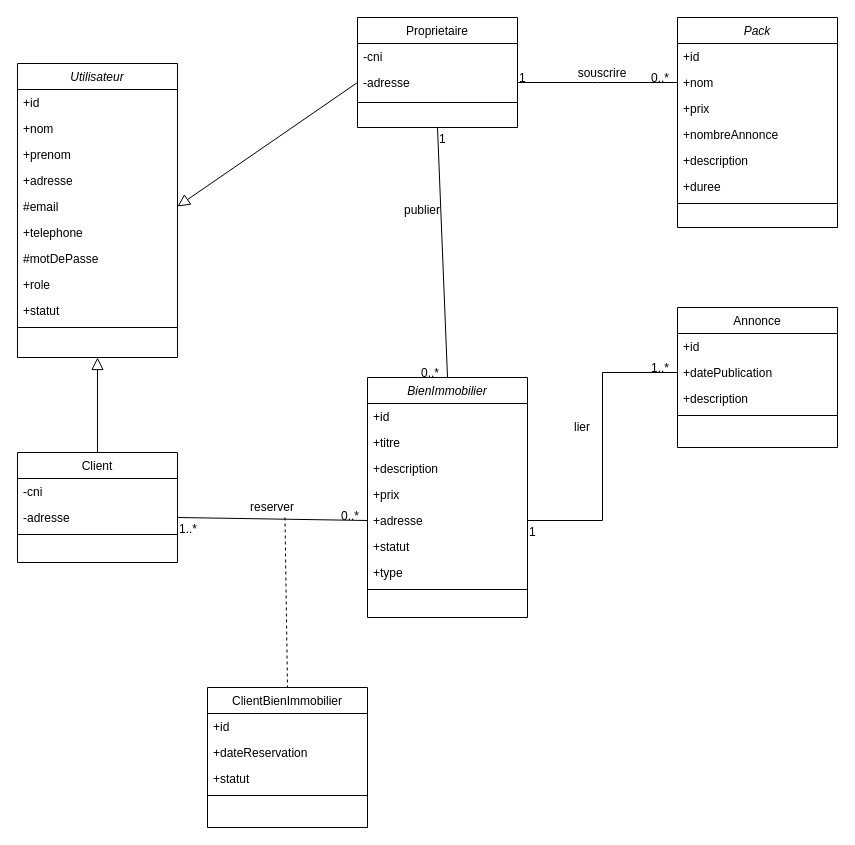
The draw.io diagram Diagrame de Classe.drawio in Tussa-D/diagrammes_mrm, before the edit. Source tidied: cells renumbered, new cells numbered last; positions are measured from the earlier drawing's top-left corner, leaving out a move shared by most shapes. Both pictures are drawn from the tidied source at 100%, with x=0, y=0 at pixel (17, 17).
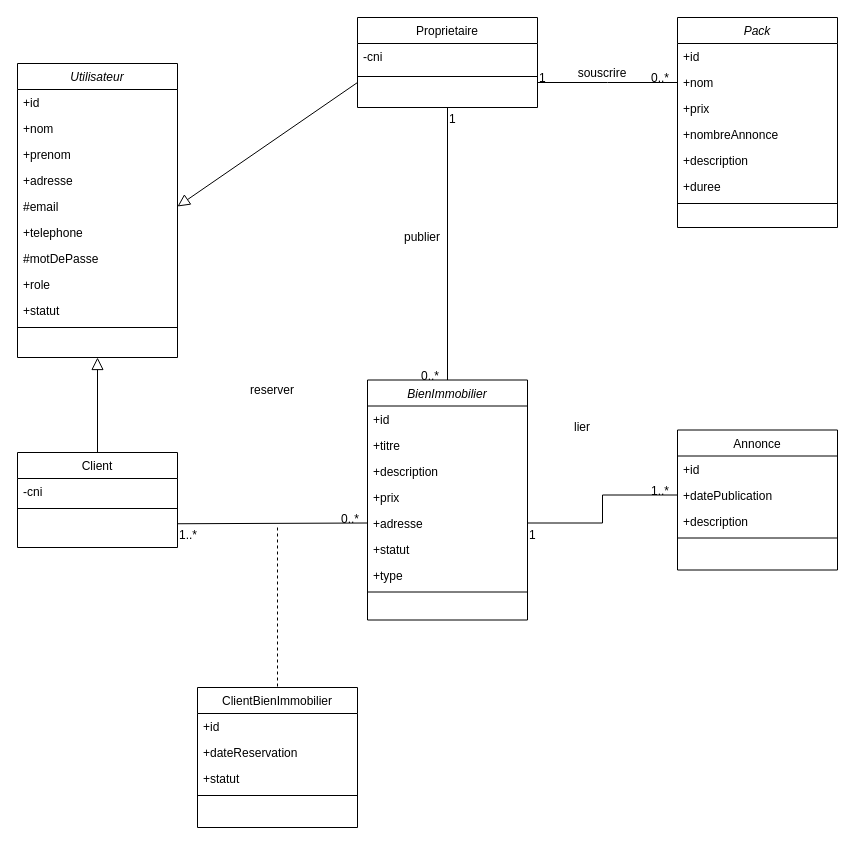
After the change.

Commit message (it also covers changes not shown here):
Mettre à jour Diagrame de Classe.drawio

Unchanged cells that the change refers to:
```xml
<mxCell id="7" value="#email" style="text;align=left;verticalAlign=top;spacingLeft=4;spacingRight=4;overflow=hidden;points=[[0,0.5],[1,0.5]];portConstraint=eastwest;rounded=0;shadow=0;html=0;" parent="2" vertex="1">
  <mxGeometry y="130" width="160" height="26" as="geometry" />
</mxCell>
<mxCell id="26" value="+nom&#10;" style="text;align=left;verticalAlign=top;spacingLeft=4;spacingRight=4;overflow=hidden;points=[[0,0.5],[1,0.5]];portConstraint=eastwest;rounded=0;shadow=0;html=0;" parent="24" vertex="1">
  <mxGeometry y="52" width="160" height="26" as="geometry" />
</mxCell>
<mxCell id="37" value="+adresse" style="text;align=left;verticalAlign=top;spacingLeft=4;spacingRight=4;overflow=hidden;points=[[0,0.5],[1,0.5]];portConstraint=eastwest;rounded=0;shadow=0;html=0;" parent="32" vertex="1">
  <mxGeometry y="130" width="160" height="26" as="geometry" />
</mxCell>
```

Change to the diagram source:
```diff
@@
     <mxCell id="13" value="Proprietaire" style="swimlane;fontStyle=0;align=center;verticalAlign=top;horizontal=1;startSize=26;rounded=0;shadow=0;strokeWidth=1;" parent="1" vertex="1">
-      <mxGeometry x="340" width="160" height="110" as="geometry" />
+      <mxGeometry x="340" width="180" height="90" as="geometry" />
     </mxCell>
     <mxCell id="14" value="-cni" style="text;align=left;verticalAlign=top;spacingLeft=4;spacingRight=4;overflow=hidden;" parent="13" vertex="1">
-      <mxGeometry y="26" width="160" height="26" as="geometry" />
+      <mxGeometry y="26" width="180" height="26" as="geometry" />
     </mxCell>
-    <mxCell id="15" value="-adresse" style="text;align=left;verticalAlign=top;spacingLeft=4;spacingRight=4;overflow=hidden;points=[[0,0.5],[1,0.5]];portConstraint=eastwest;rounded=0;shadow=0;html=0;" parent="13" vertex="1">
-      <mxGeometry y="52" width="160" height="26" as="geometry" />
-    </mxCell>
     <mxCell id="16" style="line;html=1;strokeWidth=1;align=left;verticalAlign=middle;spacingTop=-1;spacingLeft=3;spacingRight=3;labelPosition=right;" parent="13" vertex="1">
-      <mxGeometry y="78" width="160" height="14" as="geometry" />
+      <mxGeometry y="52" width="180" height="14" as="geometry" />
     </mxCell>
-    <mxCell id="17" style="endArrow=none;shadow=0;strokeWidth=1;rounded=0;endFill=0;exitX=1;exitY=0.5;exitDx=0;exitDy=0;entryX=0;entryY=0.5;entryDx=0;entryDy=0;edgeStyle=elbowEdgeStyle;" parent="1" edge="1" source="15" target="26">
+    <mxCell id="17" style="endArrow=none;shadow=0;strokeWidth=1;rounded=0;endFill=0;exitX=1;exitY=0.5;exitDx=0;exitDy=0;entryX=0;entryY=0.5;entryDx=0;entryDy=0;edgeStyle=elbowEdgeStyle;" parent="1" edge="1" target="26">
       <mxGeometry x="0.5" y="41" relative="1" as="geometry">
+        <mxPoint x="520" y="65" as="sourcePoint" />
         <mxPoint x="-40" y="32" as="offset" />
       </mxGeometry>
     </mxCell>
@@
     <mxCell id="20" value="Client" style="swimlane;fontStyle=0;align=center;verticalAlign=top;horizontal=1;startSize=26;rounded=0;shadow=0;strokeWidth=1;" parent="1" vertex="1">
-      <mxGeometry y="435" width="160" height="110" as="geometry" />
+      <mxGeometry y="435" width="160" height="95" as="geometry" />
     </mxCell>
@@
-    <mxCell id="22" value="-adresse" style="text;align=left;verticalAlign=top;spacingLeft=4;spacingRight=4;overflow=hidden;points=[[0,0.5],[1,0.5]];portConstraint=eastwest;rounded=0;shadow=0;html=0;" parent="20" vertex="1">
-      <mxGeometry y="52" width="160" height="26" as="geometry" />
-    </mxCell>
     <mxCell id="23" style="line;html=1;strokeWidth=1;align=left;verticalAlign=middle;spacingTop=-1;spacingLeft=3;spacingRight=3;labelPosition=right;" parent="20" vertex="1">
-      <mxGeometry y="78" width="160" height="8" as="geometry" />
+      <mxGeometry y="52" width="160" height="8" as="geometry" />
     </mxCell>
@@
     <mxCell id="32" value="BienImmobilier" style="swimlane;fontStyle=2;align=center;verticalAlign=top;horizontal=1;startSize=26;rounded=0;shadow=0;strokeWidth=1;" parent="1" vertex="1">
-      <mxGeometry x="350" y="360" width="160" height="240" as="geometry" />
+      <mxGeometry x="350" y="362.5" width="160" height="240" as="geometry" />
     </mxCell>
@@
     <mxCell id="41" value="ClientBienImmobilier" style="swimlane;fontStyle=0;align=center;verticalAlign=top;horizontal=1;startSize=26;rounded=0;shadow=0;strokeWidth=1;" parent="1" vertex="1">
-      <mxGeometry x="190" y="670" width="160" height="140" as="geometry" />
+      <mxGeometry x="180" y="670" width="160" height="140" as="geometry" />
     </mxCell>
@@
     <mxCell id="46" value="Annonce" style="swimlane;fontStyle=0;align=center;verticalAlign=top;horizontal=1;startSize=26;rounded=0;shadow=0;strokeWidth=1;" parent="1" vertex="1">
-      <mxGeometry x="660" y="290" width="160" height="140" as="geometry" />
+      <mxGeometry x="660" y="412.5" width="160" height="140" as="geometry" />
     </mxCell>
@@
-    <mxCell id="52" style="endArrow=block;endSize=10;endFill=0;shadow=0;strokeWidth=1;rounded=0;elbow=vertical;entryX=1;entryY=0.5;entryDx=0;entryDy=0;exitX=0;exitY=0.5;exitDx=0;exitDy=0;" parent="1" edge="1" source="15" target="7">
-      <mxGeometry relative="1" as="geometry" />
+    <mxCell id="52" style="endArrow=block;endSize=10;endFill=0;shadow=0;strokeWidth=1;rounded=0;elbow=vertical;entryX=1;entryY=0.5;entryDx=0;entryDy=0;exitX=0;exitY=0.5;exitDx=0;exitDy=0;" parent="1" edge="1" target="7">
+      <mxGeometry relative="1" as="geometry">
+        <mxPoint x="340" y="65" as="sourcePoint" />
+      </mxGeometry>
     </mxCell>
@@
     <mxCell id="57" value="publier" style="text;html=1;align=center;verticalAlign=middle;whiteSpace=wrap;rounded=0;" parent="1" vertex="1">
-      <mxGeometry x="380" y="183" width="50" height="20" as="geometry" />
+      <mxGeometry x="380" y="210" width="50" height="20" as="geometry" />
     </mxCell>
@@
-    <mxCell id="62" style="endArrow=none;shadow=0;strokeWidth=1;rounded=0;endFill=0;entryX=0;entryY=0.5;entryDx=0;entryDy=0;exitX=1;exitY=0.5;exitDx=0;exitDy=0;" parent="1" edge="1" source="22" target="37">
+    <mxCell id="62" style="endArrow=none;shadow=0;strokeWidth=1;rounded=0;endFill=0;entryX=0;entryY=0.5;entryDx=0;entryDy=0;exitX=1;exitY=0.75;exitDx=0;exitDy=0;" parent="1" edge="1" source="20" target="37">
       <mxGeometry x="0.5" y="41" relative="1" as="geometry">
         <mxPoint x="-40" y="32" as="offset" />
       </mxGeometry>
     </mxCell>
@@
     <mxCell id="65" value="reserver" style="text;html=1;align=center;verticalAlign=middle;whiteSpace=wrap;rounded=0;" parent="1" vertex="1">
-      <mxGeometry x="230" y="480" width="50" height="20" as="geometry" />
+      <mxGeometry x="230" y="362.5" width="50" height="20" as="geometry" />
     </mxCell>
-    <mxCell id="66" style="endArrow=none;shadow=0;strokeWidth=1;rounded=0;endFill=0;exitX=0.75;exitY=1;exitDx=0;exitDy=0;entryX=0.5;entryY=0;entryDx=0;entryDy=0;dashed=1;" parent="1" edge="1" source="65" target="41">
+    <mxCell id="66" style="endArrow=none;shadow=0;strokeWidth=1;rounded=0;endFill=0;entryX=0.5;entryY=0;entryDx=0;entryDy=0;dashed=1;" parent="1" edge="1" target="41">
       <mxGeometry x="0.5" y="41" relative="1" as="geometry">
+        <mxPoint x="260" y="510" as="sourcePoint" />
         <mxPoint x="-40" y="32" as="offset" />
       </mxGeometry>
     </mxCell>
```
